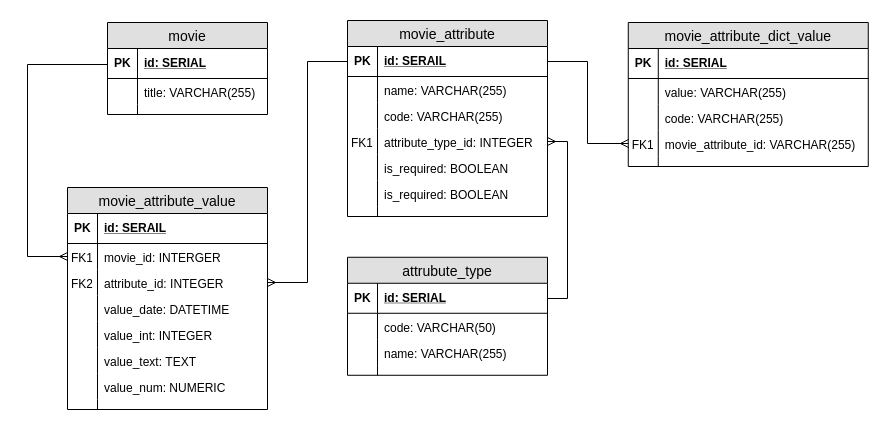
Earlier version of the draw.io export hw10/movie_eav_erd.png (otusteamedu/PHP). Source tidied: cells renumbered, new cells last; positions are measured from the earlier drawing's top-left corner, leaving out a move shared by most shapes.
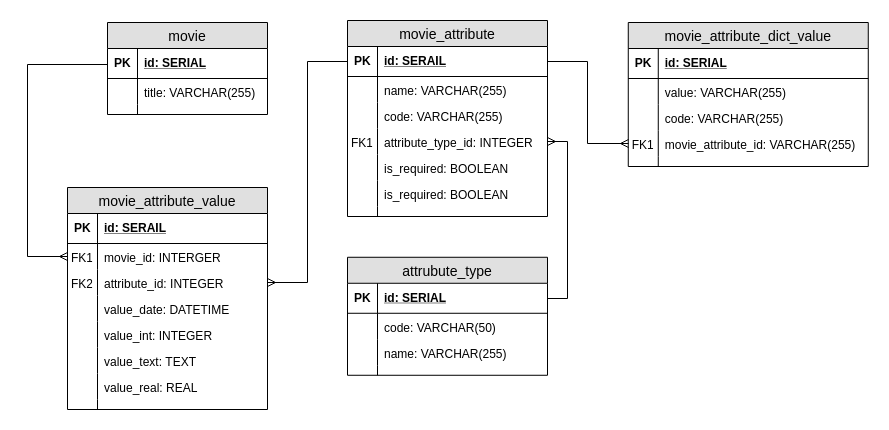
Above is the later version.

Commit message:
changed numeric to real

Diff of the diagram source:
```diff
@@ -134,7 +134,7 @@
     <mxCell id="45" style="shape=partialRectangle;top=0;left=0;bottom=0;fillColor=none;align=left;verticalAlign=top;spacingLeft=4;spacingRight=4;overflow=hidden;fontSize=12;" parent="44" vertex="1">
       <mxGeometry width="30" height="26" as="geometry" />
     </mxCell>
-    <mxCell id="46" value="value_num: NUMERIC&#10;" style="shape=partialRectangle;top=0;left=0;right=0;bottom=0;align=left;verticalAlign=top;fillColor=none;spacingLeft=34;spacingRight=4;overflow=hidden;fontSize=12;" parent="33" vertex="1">
+    <mxCell id="46" value="value_real: REAL&#10;" style="shape=partialRectangle;top=0;left=0;right=0;bottom=0;align=left;verticalAlign=top;fillColor=none;spacingLeft=34;spacingRight=4;overflow=hidden;fontSize=12;" parent="33" vertex="1">
       <mxGeometry y="186" width="200" height="26" as="geometry" />
     </mxCell>
     <mxCell id="47" style="shape=partialRectangle;top=0;left=0;bottom=0;fillColor=none;align=left;verticalAlign=top;spacingLeft=4;spacingRight=4;overflow=hidden;fontSize=12;" parent="46" vertex="1">
```
